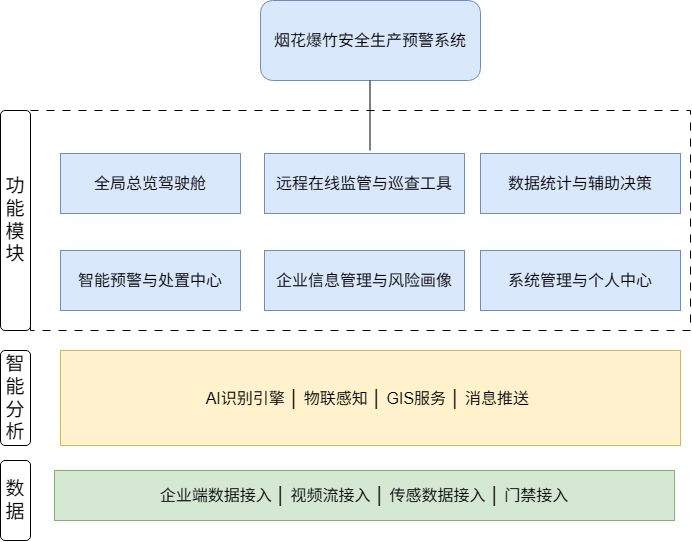
Earlier version of the draw.io export 未命名绘图.drawio.png (jijiajia19/draw.io.cache). Source tidied: cells renumbered, new cells last; positions are measured from the earlier drawing's top-left corner, leaving out a move shared by most shapes.
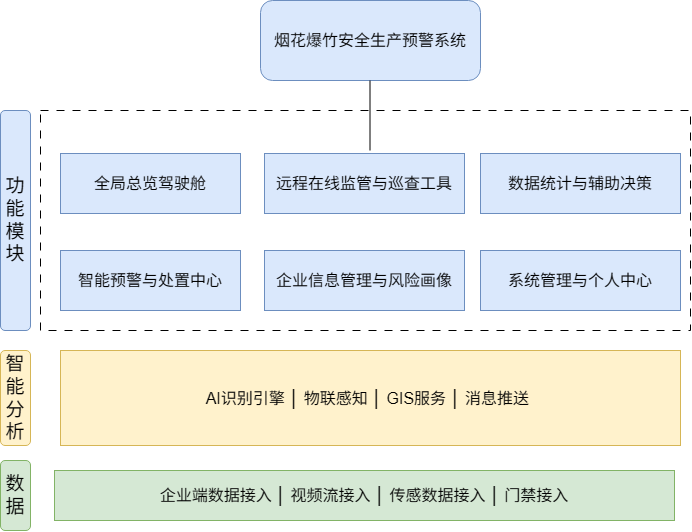
After the commit.

Commit message:
烟花爆竹监管平台.drawio.png

The edit, as a diff of the source:
```diff
@@ -3,7 +3,7 @@
     <mxCell id="0" />
     <mxCell id="1" parent="0" />
     <mxCell id="2" style="rounded=0;whiteSpace=wrap;html=1;dashed=1;dashPattern=8 8;" parent="1" vertex="1">
-      <mxGeometry x="30" y="110" width="660" height="220" as="geometry" />
+      <mxGeometry x="40" y="110" width="650" height="220" as="geometry" />
     </mxCell>
     <mxCell id="3" value="烟花爆竹安全生产预警系统" style="rounded=1;whiteSpace=wrap;html=1;fillColor=#dae8fc;strokeColor=#6c8ebf;fontSize=16;" parent="1" vertex="1">
       <mxGeometry x="260" width="220" height="80" as="geometry" />
@@ -38,14 +38,14 @@
     <mxCell id="12" value="企业端数据接入 │ 视频流接入 │ 传感数据接入 │ 门禁接入" style="rounded=0;whiteSpace=wrap;html=1;fontSize=16;fillColor=#d5e8d4;strokeColor=#82b366;" parent="1" vertex="1">
       <mxGeometry x="54" y="470" width="620" height="50" as="geometry" />
     </mxCell>
-    <mxCell id="13" value="&lt;font style=&quot;font-size: 19px;&quot;&gt;功能模块&lt;/font&gt;" style="rounded=1;whiteSpace=wrap;html=1;" parent="1" vertex="1">
+    <mxCell id="13" value="&lt;font style=&quot;font-size: 19px;&quot;&gt;功能模块&lt;/font&gt;" style="rounded=1;whiteSpace=wrap;html=1;fillColor=#dae8fc;strokeColor=#6c8ebf;" parent="1" vertex="1">
       <mxGeometry y="110" width="30" height="220" as="geometry" />
     </mxCell>
-    <mxCell id="14" value="&lt;span style=&quot;font-size: 19px;&quot;&gt;智能分析&lt;/span&gt;" style="rounded=1;whiteSpace=wrap;html=1;" parent="1" vertex="1">
+    <mxCell id="14" value="&lt;span style=&quot;font-size: 19px;&quot;&gt;智能分析&lt;/span&gt;" style="rounded=1;whiteSpace=wrap;html=1;fillColor=#fff2cc;strokeColor=#d6b656;" parent="1" vertex="1">
       <mxGeometry y="350" width="30" height="95" as="geometry" />
     </mxCell>
-    <mxCell id="15" value="&lt;span style=&quot;font-size: 19px;&quot;&gt;数据&lt;/span&gt;" style="rounded=1;whiteSpace=wrap;html=1;" parent="1" vertex="1">
-      <mxGeometry y="460" width="30" height="80" as="geometry" />
+    <mxCell id="15" value="&lt;span style=&quot;font-size: 19px;&quot;&gt;数据&lt;/span&gt;" style="rounded=1;whiteSpace=wrap;html=1;fillColor=#d5e8d4;strokeColor=#82b366;" parent="1" vertex="1">
+      <mxGeometry y="460" width="30" height="70" as="geometry" />
     </mxCell>
   </root>
 </mxGraphModel>
```
